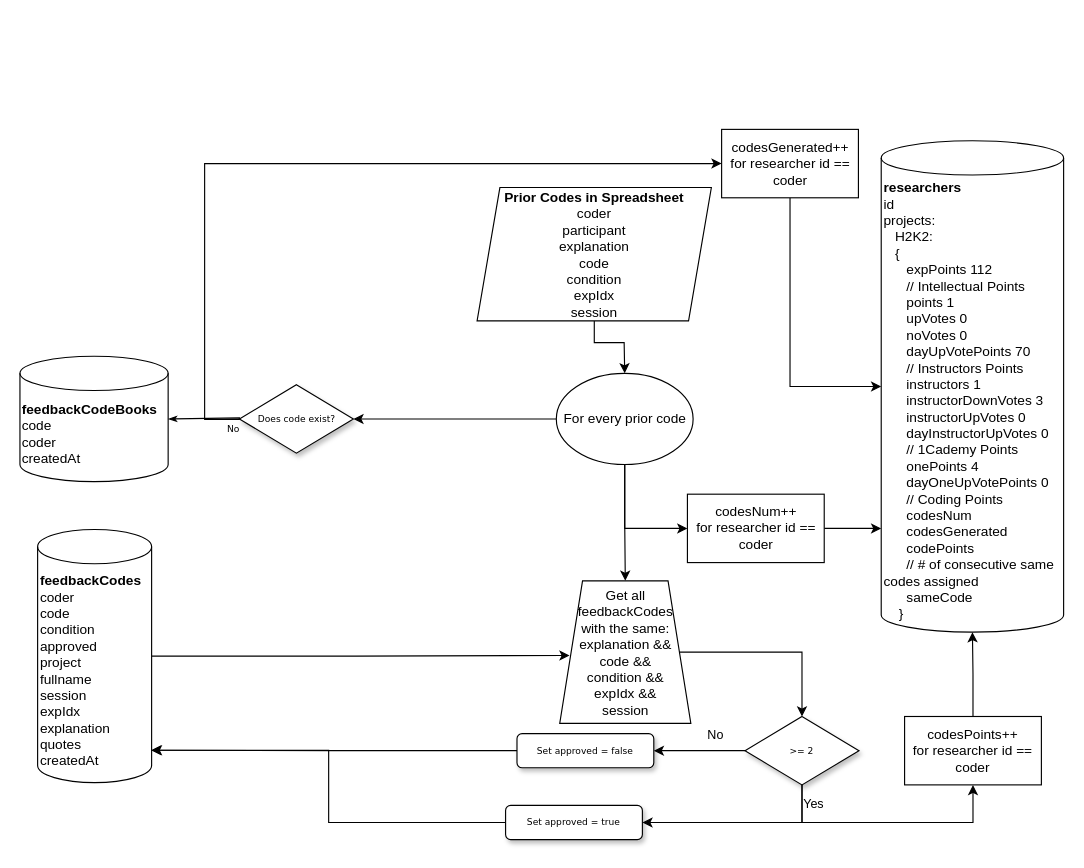
Earlier version of the draw.io diagram functions/projectManagement.drawio (ImanYZ/VisualExp). Source tidied: cells renumbered, new cells numbered last; positions are measured from the earlier drawing's top-left corner, leaving out a move shared by most shapes. Both pictures are drawn from the tidied source at 114%, with x=0, y=0 at pixel (19, 129).
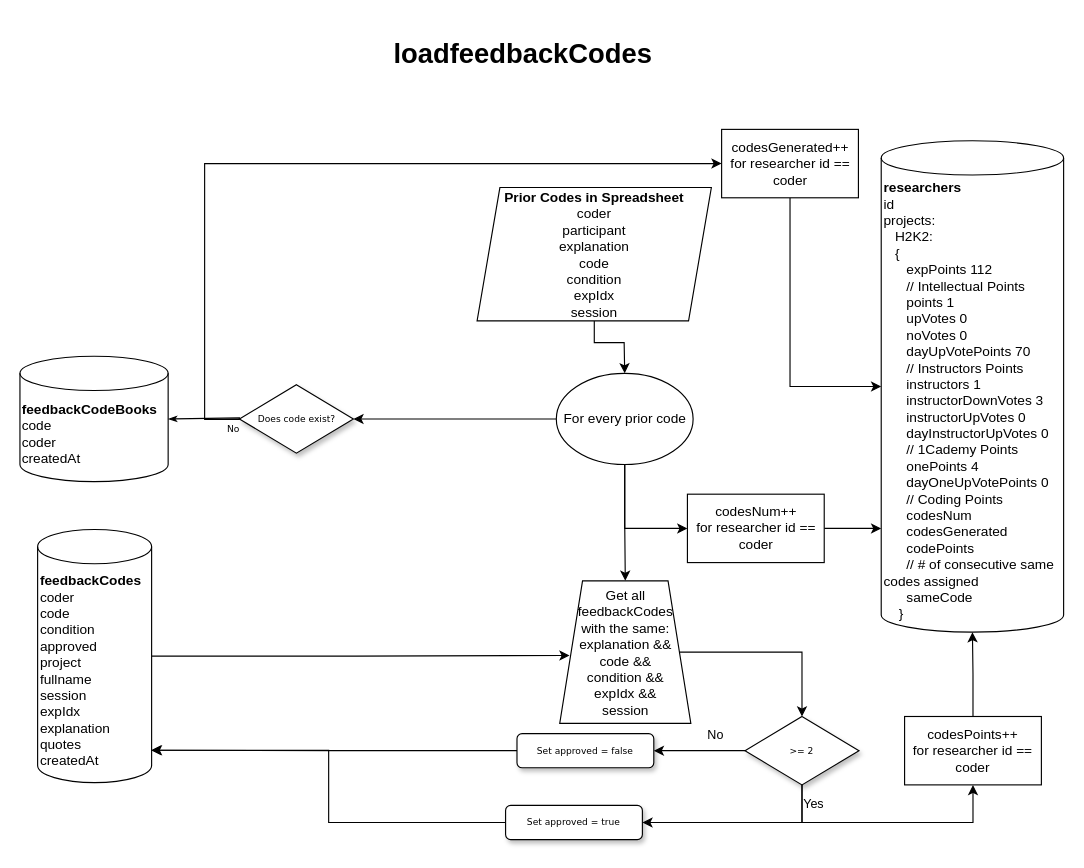
The same diagram, later.

What changed in the source:
```diff
@@
+    <mxCell id="32" value="&lt;h1&gt;loadfeedbackCodes&lt;/h1&gt;" style="text;html=1;align=center;verticalAlign=middle;fillColor=none;strokeColor=none;rounded=0;" parent="1" vertex="1">
+      <mxGeometry x="320.5" y="-91" width="240" height="50" as="geometry" />
+    </mxCell>
```
